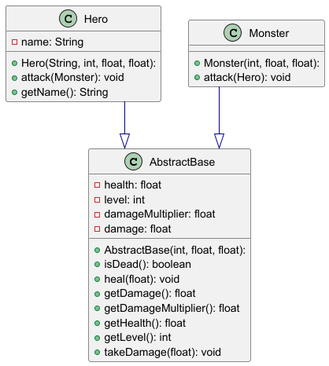
Above: Q1/Stunden/13_09_2024/uml-diagramm.png in Deniz467/Informatik (PlantUML), before the change. Its source is kept beside it as Q1/Stunden/13_09_2024/uml-diagramm.plantuml.
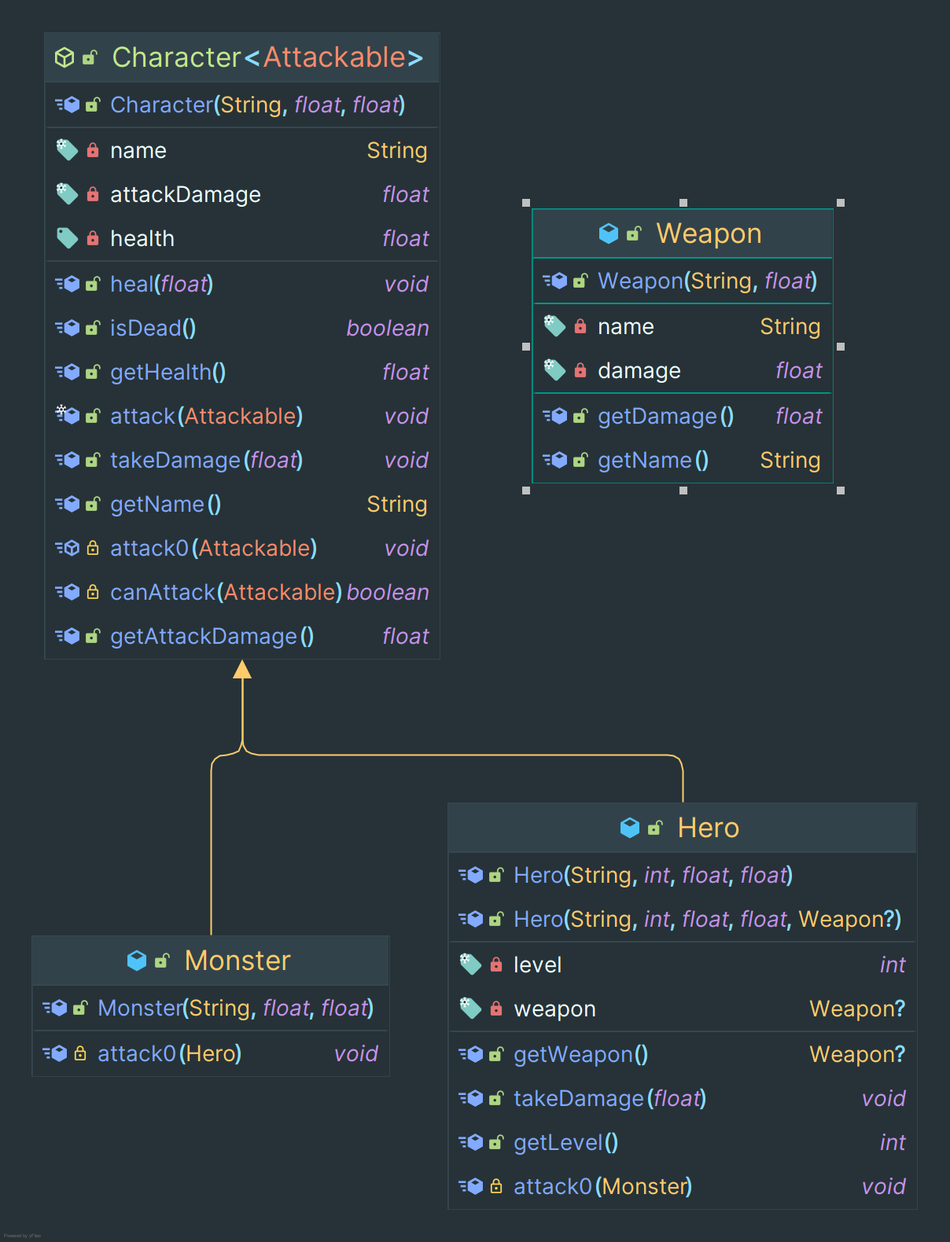
Above is the later version.

Commit message:
update uml diagramm

Diff of the diagram source:
```diff
@@ -3,31 +3,43 @@
 top to bottom direction
 skinparam linetype ortho
 
-class AbstractBase {
-  + AbstractBase(int, float, float):
+class Character<Attackable> {
+  + Character(String, float, float):
+  - name: String
+  - attackDamage: float
   - health: float
-  - level: int
-  - damageMultiplier: float
-  - damage: float
+  + heal(float): void
   + isDead(): boolean
-  + heal(float): void
-  + getDamage(): float
-  + getDamageMultiplier(): float
   + getHealth(): float
-  + getLevel(): int
+  + attack(Attackable): void
   + takeDamage(float): void
+  + getName(): String
+  # attack0(Attackable): void
+  # canAttack(Attackable): boolean
+  + getAttackDamage(): float
 }
 class Hero {
   + Hero(String, int, float, float):
+  + Hero(String, int, float, float, Weapon?):
+  - level: int
+  - weapon: Weapon?
+  + getWeapon(): Weapon?
+  + takeDamage(float): void
+  + getLevel(): int
+  # attack0(Monster): void
+}
+class Monster {
+  + Monster(String, float, float):
+  # attack0(Hero): void
+}
+class Weapon {
+  + Weapon(String, float):
   - name: String
-  + attack(Monster): void
+  - damage: float
+  + getDamage(): float
   + getName(): String
 }
-class Monster {
-  + Monster(int, float, float):
-  + attack(Hero): void
-}
 
-Hero          -[#000082,plain]-^  AbstractBase
-Monster       -[#000082,plain]-^  AbstractBase
+Hero       -[#000082,plain]-^  Character
+Monster    -[#000082,plain]-^  Character
 @enduml
```
